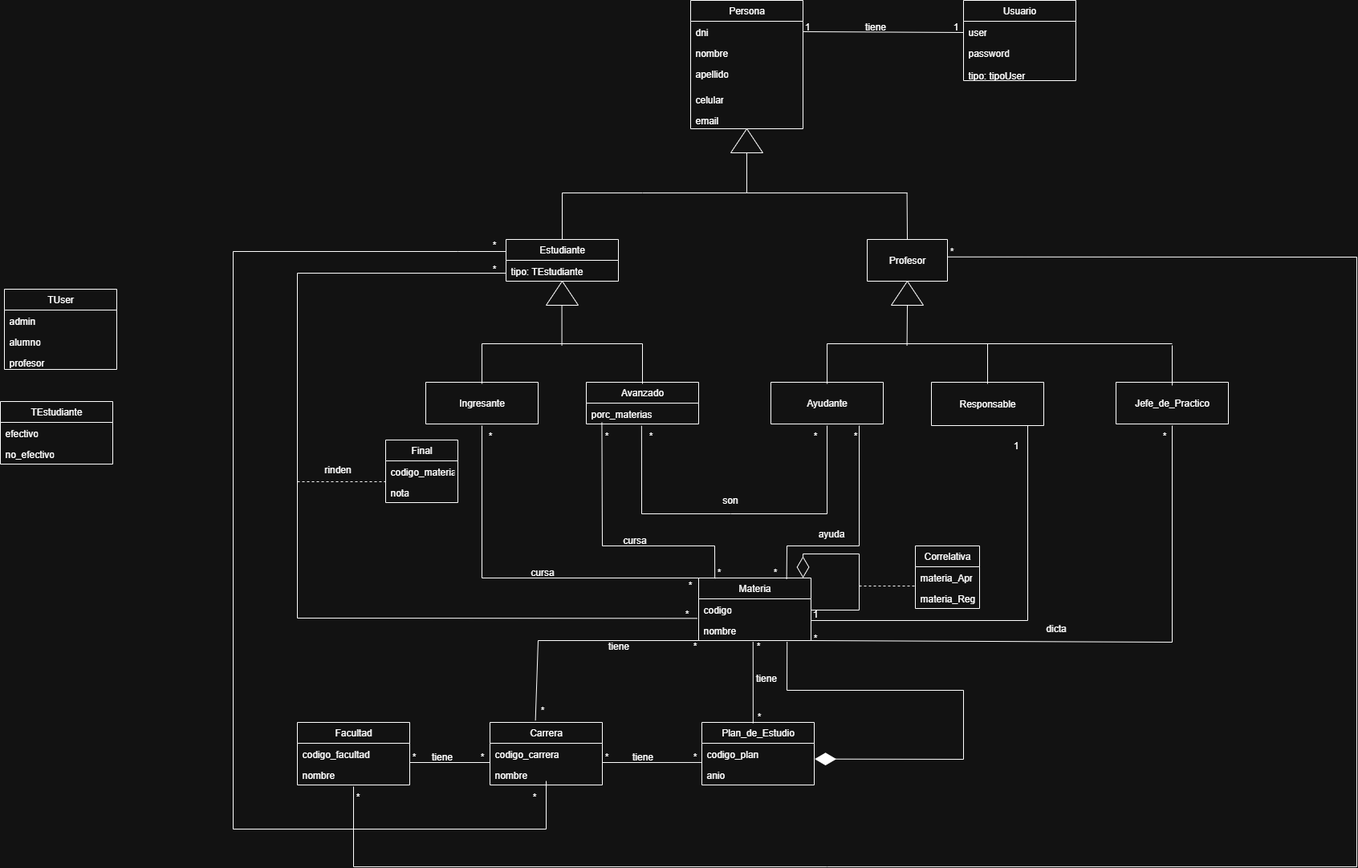
This is diagrama_de_clase/Proyecto_1B_IMAGEN.png from Augusto-stack/Proyecto-1-Ingenieria, a draw.io export, as it was before one commit. Source tidied: cells renumbered, new cells last; positions are measured from the earlier drawing's top-left corner, leaving out a move shared by most shapes.
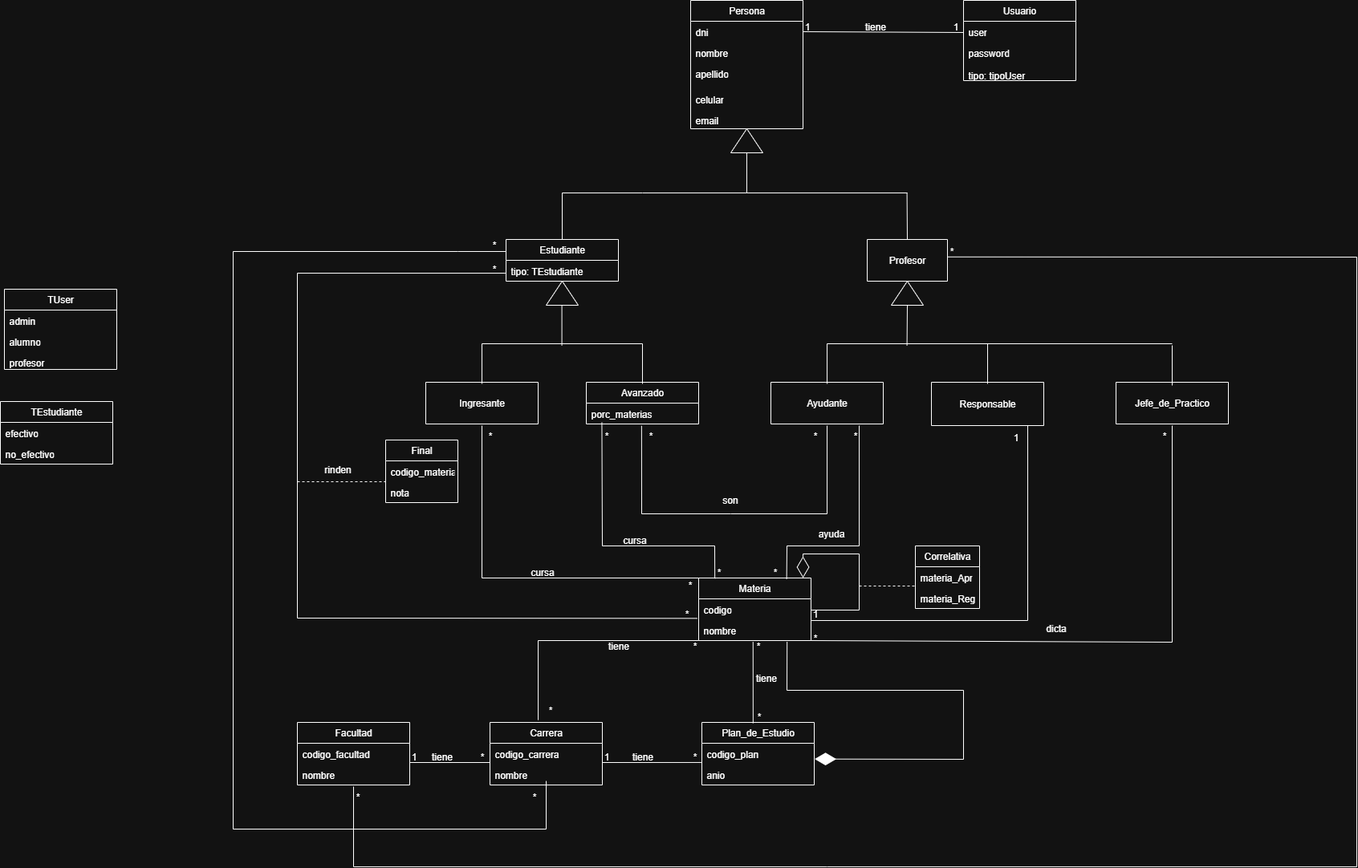
Above is the later version.

The edit, as a diff of the source:
```diff
@@ -216,13 +216,13 @@
         <mxPoint x="750" y="950" as="sourcePoint" />
       </mxGeometry>
     </mxCell>
-    <mxCell id="56" value="*" style="text;html=1;align=center;verticalAlign=middle;strokeColor=none;fillColor=none;" parent="1" vertex="1">
+    <mxCell id="56" value="1" style="text;html=1;align=center;verticalAlign=middle;strokeColor=none;fillColor=none;" parent="1" vertex="1">
       <mxGeometry x="500" y="928" width="30" height="30" as="geometry" />
     </mxCell>
     <mxCell id="57" value="*" style="text;html=1;align=center;verticalAlign=middle;strokeColor=none;fillColor=none;" parent="1" vertex="1">
       <mxGeometry x="585" y="928" width="30" height="30" as="geometry" />
     </mxCell>
-    <mxCell id="58" value="*" style="text;html=1;align=center;verticalAlign=middle;strokeColor=none;fillColor=none;" parent="1" vertex="1">
+    <mxCell id="58" value="1" style="text;html=1;align=center;verticalAlign=middle;strokeColor=none;fillColor=none;" parent="1" vertex="1">
       <mxGeometry x="740" y="928" width="30" height="30" as="geometry" />
     </mxCell>
     <mxCell id="59" value="*" style="text;html=1;align=center;verticalAlign=middle;strokeColor=none;fillColor=none;" parent="1" vertex="1">
@@ -237,7 +237,7 @@
     <mxCell id="62" value="*" style="text;html=1;align=center;verticalAlign=middle;strokeColor=none;fillColor=none;" parent="1" vertex="1">
       <mxGeometry x="930" y="878" width="30" height="30" as="geometry" />
     </mxCell>
-    <mxCell id="63" style="endArrow=none;html=1;rounded=0;exitX=0.221;exitY=0.921;exitDx=0;exitDy=0;exitPerimeter=0;" parent="1" edge="1" source="65">
+    <mxCell id="63" style="endArrow=none;html=1;rounded=0;exitX=0.429;exitY=-0.037;exitDx=0;exitDy=0;exitPerimeter=0;" parent="1" edge="1" source="45">
       <mxGeometry relative="1" as="geometry">
         <mxPoint x="870" y="798" as="targetPoint" />
         <Array as="points">
@@ -249,7 +249,7 @@
       <mxGeometry x="850" y="790" width="30" height="30" as="geometry" />
     </mxCell>
     <mxCell id="65" value="*" style="text;html=1;align=center;verticalAlign=middle;points=[];strokeColor=none;fillColor=none;" parent="1" vertex="1">
-      <mxGeometry x="660" y="870" width="30" height="30" as="geometry" />
+      <mxGeometry x="670" y="870" width="30" height="30" as="geometry" />
     </mxCell>
     <mxCell id="66" value="tiene" style="text;html=1;align=center;verticalAlign=middle;strokeColor=none;fillColor=none;" parent="1" vertex="1">
       <mxGeometry x="745" y="790" width="50" height="30" as="geometry" />
@@ -378,7 +378,7 @@
       </mxGeometry>
     </mxCell>
     <mxCell id="93" value="1" style="text;html=1;align=center;verticalAlign=middle;strokeColor=none;fillColor=none;" parent="1" vertex="1">
-      <mxGeometry x="1250" y="540" width="30" height="30" as="geometry" />
+      <mxGeometry x="1250" y="530" width="30" height="30" as="geometry" />
     </mxCell>
     <mxCell id="94" value="1" style="text;html=1;align=center;verticalAlign=middle;strokeColor=none;fillColor=none;" parent="1" vertex="1">
       <mxGeometry x="1000" y="750" width="30" height="30" as="geometry" />
```
